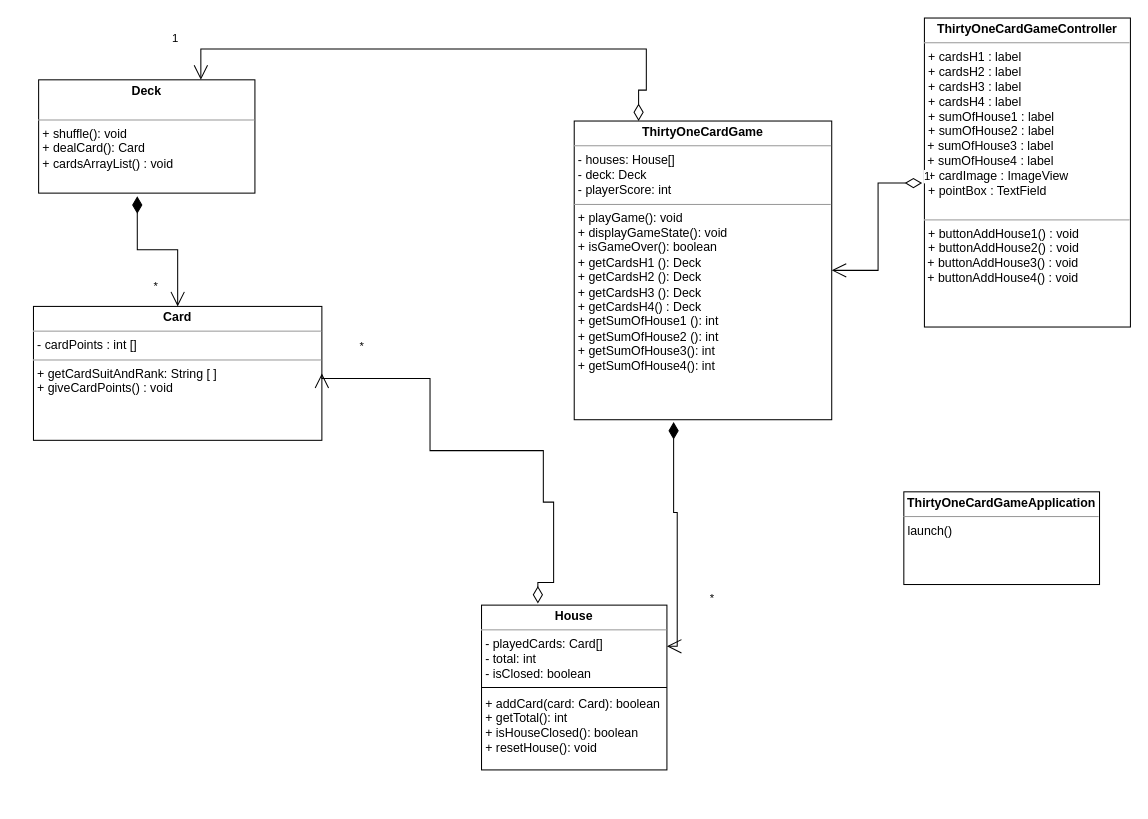
Earlier version of the draw.io diagram oop_odc_v1.drawio (Panosvle/onedaychallenge2). Source tidied: cells renumbered, new cells numbered last; positions are measured from the earlier drawing's top-left corner, leaving out a move shared by most shapes. Both pictures are drawn from the tidied source at 103%, with x=0, y=0 at pixel (33, 18).
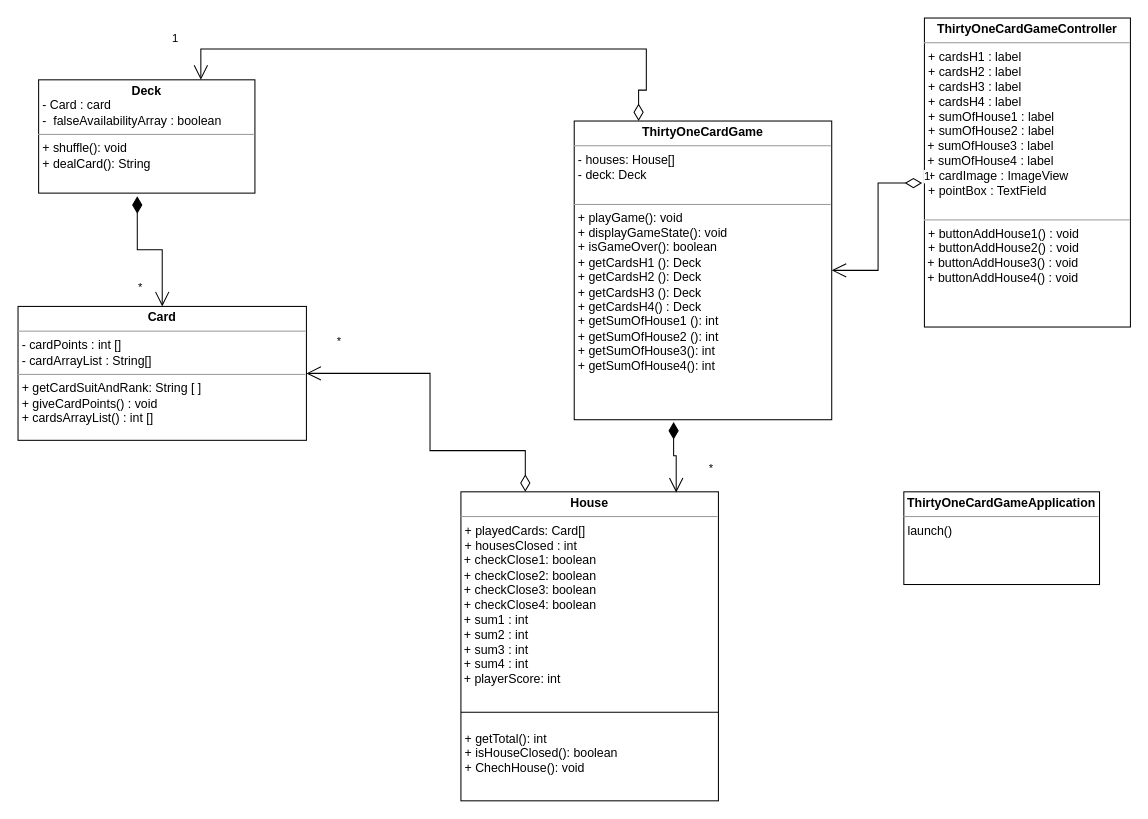
After the change.

Diff of the diagram source:
```diff
@@
 <mxGraphModel>
   <root>
     <mxCell id="0" />
     <mxCell id="1" parent="0" />
-    <mxCell id="2" value="&lt;p style=&quot;margin:0px;margin-top:4px;text-align:center;&quot;&gt;&lt;b&gt;Card&lt;/b&gt;&lt;/p&gt;&lt;hr size=&quot;1&quot;&gt;&lt;p style=&quot;margin:0px;margin-left:4px;&quot;&gt;- cardPoints : int []&lt;/p&gt;&lt;hr size=&quot;1&quot;&gt;&lt;p style=&quot;margin:0px;margin-left:4px;&quot;&gt;+&amp;nbsp;getCardSuitAndRank: String [ ]&lt;br&gt;&lt;/p&gt;&lt;p style=&quot;margin:0px;margin-left:4px;&quot;&gt;+ giveCardPoints() : void&lt;/p&gt;&lt;p style=&quot;margin:0px;margin-left:4px;&quot;&gt;&lt;br&gt;&lt;/p&gt;&lt;p style=&quot;margin:0px;margin-left:4px;&quot;&gt;&lt;br&gt;&lt;/p&gt;" style="verticalAlign=top;align=left;overflow=fill;fontSize=12;fontFamily=Helvetica;html=1;whiteSpace=wrap;" parent="1" vertex="1">
-      <mxGeometry y="280" width="280" height="130" as="geometry" />
+    <mxCell id="2" value="&lt;p style=&quot;margin:0px;margin-top:4px;text-align:center;&quot;&gt;&lt;b&gt;Card&lt;/b&gt;&lt;/p&gt;&lt;hr size=&quot;1&quot;&gt;&lt;p style=&quot;margin:0px;margin-left:4px;&quot;&gt;- cardPoints : int []&lt;/p&gt;&lt;p style=&quot;margin:0px;margin-left:4px;&quot;&gt;- cardArrayList : String[]&lt;/p&gt;&lt;hr size=&quot;1&quot;&gt;&lt;p style=&quot;margin:0px;margin-left:4px;&quot;&gt;+&amp;nbsp;getCardSuitAndRank: String [ ]&lt;br&gt;&lt;/p&gt;&lt;p style=&quot;margin:0px;margin-left:4px;&quot;&gt;+ giveCardPoints() : void&lt;/p&gt;&lt;p style=&quot;margin:0px;margin-left:4px;&quot;&gt;+ cardsArrayList() : int []&lt;/p&gt;&lt;p style=&quot;margin:0px;margin-left:4px;&quot;&gt;&lt;br&gt;&lt;/p&gt;" style="verticalAlign=top;align=left;overflow=fill;fontSize=12;fontFamily=Helvetica;html=1;whiteSpace=wrap;" parent="1" vertex="1">
+      <mxGeometry x="-15" y="280" width="280" height="130" as="geometry" />
     </mxCell>
-    <mxCell id="3" value="&lt;p style=&quot;margin:0px;margin-top:4px;text-align:center;&quot;&gt;&lt;b&gt;Deck&lt;/b&gt;&lt;/p&gt;&lt;p style=&quot;margin:0px;margin-left:4px;&quot;&gt;&lt;br&gt;&lt;/p&gt;&lt;hr size=&quot;1&quot;&gt;&lt;p style=&quot;margin:0px;margin-left:4px;&quot;&gt;+ shuffle(): void&lt;/p&gt;&lt;p style=&quot;margin:0px;margin-left:4px;&quot;&gt;+ dealCard(): Card&lt;/p&gt;&lt;p style=&quot;margin:0px;margin-left:4px;&quot;&gt;+ cardsArrayList() : void&lt;/p&gt;&lt;p style=&quot;margin:0px;margin-left:4px;&quot;&gt;&lt;br&gt;&lt;/p&gt;" style="verticalAlign=top;align=left;overflow=fill;fontSize=12;fontFamily=Helvetica;html=1;whiteSpace=wrap;" parent="1" vertex="1">
+    <mxCell id="3" value="&lt;p style=&quot;margin:0px;margin-top:4px;text-align:center;&quot;&gt;&lt;b&gt;Deck&lt;/b&gt;&lt;/p&gt;&lt;p style=&quot;margin:0px;margin-left:4px;&quot;&gt;- Card : card&lt;/p&gt;&lt;p style=&quot;margin:0px;margin-left:4px;&quot;&gt;-&amp;nbsp; falseAvailabilityArray : boolean&amp;nbsp;&lt;/p&gt;&lt;hr size=&quot;1&quot;&gt;&lt;p style=&quot;margin:0px;margin-left:4px;&quot;&gt;+ shuffle(): void&lt;/p&gt;&lt;p style=&quot;margin:0px;margin-left:4px;&quot;&gt;+ dealCard(): String&lt;/p&gt;&lt;p style=&quot;margin:0px;margin-left:4px;&quot;&gt;&lt;br&gt;&lt;/p&gt;&lt;p style=&quot;margin:0px;margin-left:4px;&quot;&gt;&lt;br&gt;&lt;/p&gt;" style="verticalAlign=top;align=left;overflow=fill;fontSize=12;fontFamily=Helvetica;html=1;whiteSpace=wrap;" parent="1" vertex="1">
       <mxGeometry x="5" y="60" width="210" height="110" as="geometry" />
     </mxCell>
-    <mxCell id="4" value="&lt;p style=&quot;margin:0px;margin-top:4px;text-align:center;&quot;&gt;&lt;b&gt;House&lt;/b&gt;&lt;/p&gt;&lt;hr size=&quot;1&quot;&gt;&lt;p style=&quot;margin:0px;margin-left:4px;&quot;&gt;- playedCards: Card[]&lt;/p&gt;&lt;p style=&quot;margin:0px;margin-left:4px;&quot;&gt;- total: int&lt;/p&gt;&lt;p style=&quot;margin:0px;margin-left:4px;&quot;&gt;- isClosed: boolean&lt;/p&gt;&lt;p style=&quot;margin:0px;margin-left:4px;&quot;&gt;&lt;br&gt;&lt;/p&gt;&lt;p style=&quot;margin:0px;margin-left:4px;&quot;&gt;+ addCard(card: Card): boolean&lt;/p&gt;&lt;p style=&quot;margin:0px;margin-left:4px;&quot;&gt;+ getTotal(): int&lt;/p&gt;&lt;p style=&quot;margin:0px;margin-left:4px;&quot;&gt;+ isHouseClosed(): boolean&lt;/p&gt;&lt;p style=&quot;margin:0px;margin-left:4px;&quot;&gt;+ resetHouse(): void&lt;/p&gt;" style="verticalAlign=top;align=left;overflow=fill;fontSize=12;fontFamily=Helvetica;html=1;whiteSpace=wrap;" parent="1" vertex="1">
-      <mxGeometry x="435" y="570" width="180" height="160" as="geometry" />
+    <mxCell id="4" value="&lt;p style=&quot;margin:0px;margin-top:4px;text-align:center;&quot;&gt;&lt;b&gt;House&lt;/b&gt;&lt;/p&gt;&lt;hr size=&quot;1&quot;&gt;&lt;p style=&quot;margin:0px;margin-left:4px;&quot;&gt;+ playedCards: Card[]&lt;/p&gt;&lt;p style=&quot;margin:0px;margin-left:4px;&quot;&gt;+ housesClosed : int&lt;/p&gt;&amp;nbsp;+ checkClose1: boolean&lt;br&gt;&amp;nbsp;+ checkClose2: boolean&lt;br&gt;&amp;nbsp;+ checkClose3: boolean&lt;br&gt;&amp;nbsp;+ checkClose4: boolean&lt;br&gt;&amp;nbsp;+ sum1 : int&lt;br&gt;&amp;nbsp;+ sum2 : int&lt;br&gt;&amp;nbsp;+ sum3 : int&lt;br&gt;&amp;nbsp;+ sum4 : int&lt;br&gt;&amp;nbsp;+ playerScore: int&lt;br&gt;&lt;br&gt;&lt;br&gt;&lt;p style=&quot;margin:0px;margin-left:4px;&quot;&gt;&lt;br&gt;&lt;/p&gt;&lt;p style=&quot;margin:0px;margin-left:4px;&quot;&gt;+ getTotal(): int&lt;/p&gt;&lt;p style=&quot;margin:0px;margin-left:4px;&quot;&gt;+ isHouseClosed(): boolean&lt;/p&gt;&lt;p style=&quot;margin:0px;margin-left:4px;&quot;&gt;+ ChechHouse(): void&lt;/p&gt;" style="verticalAlign=top;align=left;overflow=fill;fontSize=12;fontFamily=Helvetica;html=1;whiteSpace=wrap;" parent="1" vertex="1">
+      <mxGeometry x="415" y="460" width="250" height="300" as="geometry" />
     </mxCell>
     <mxCell id="5" style="line;strokeWidth=1;fillColor=none;align=left;verticalAlign=middle;spacingTop=-1;spacingLeft=3;spacingRight=3;labelPosition=right;strokeColor=inherit;" parent="1" vertex="1">
-      <mxGeometry x="435" y="646" width="180" height="8" as="geometry" />
+      <mxGeometry x="415" y="670" width="250" height="8" as="geometry" />
     </mxCell>
-    <mxCell id="6" value="&lt;p style=&quot;margin:0px;margin-top:4px;text-align:center;&quot;&gt;&lt;b&gt;ThirtyOneCardGame&lt;/b&gt;&lt;/p&gt;&lt;hr size=&quot;1&quot;&gt;&lt;p style=&quot;margin:0px;margin-left:4px;&quot;&gt;- houses: House[]&lt;/p&gt;&lt;p style=&quot;margin:0px;margin-left:4px;&quot;&gt;- deck: Deck&lt;/p&gt;&lt;p style=&quot;margin:0px;margin-left:4px;&quot;&gt;- playerScore: int&lt;/p&gt;&lt;hr size=&quot;1&quot;&gt;&lt;p style=&quot;margin:0px;margin-left:4px;&quot;&gt;+ playGame(): void&lt;/p&gt;&lt;p style=&quot;margin:0px;margin-left:4px;&quot;&gt;+ displayGameState(): void&lt;/p&gt;&lt;p style=&quot;margin:0px;margin-left:4px;&quot;&gt;+ isGameOver(): boolean&lt;/p&gt;&lt;p style=&quot;margin:0px;margin-left:4px;&quot;&gt;+ getCardsH1 (): Deck&lt;/p&gt;&lt;p style=&quot;margin:0px;margin-left:4px;&quot;&gt;+ getCardsH2 (): Deck&lt;/p&gt;&lt;p style=&quot;margin:0px;margin-left:4px;&quot;&gt;+ getCardsH3 (): Deck&lt;/p&gt;&lt;p style=&quot;margin:0px;margin-left:4px;&quot;&gt;+ getCardsH4() : Deck&lt;/p&gt;&lt;p style=&quot;margin:0px;margin-left:4px;&quot;&gt;+ getSumOfHouse1 (): int&lt;/p&gt;&lt;p style=&quot;margin:0px;margin-left:4px;&quot;&gt;+ getSumOfHouse2 (): int&lt;/p&gt;&lt;p style=&quot;margin:0px;margin-left:4px;&quot;&gt;+ getSumOfHouse3(): int&lt;/p&gt;&lt;p style=&quot;margin:0px;margin-left:4px;&quot;&gt;+ getSumOfHouse4(): int&lt;/p&gt;&lt;p style=&quot;border-color: var(--border-color); margin: 0px 0px 0px 4px;&quot;&gt;&lt;br&gt;&lt;/p&gt;&lt;p style=&quot;margin:0px;margin-left:4px;&quot;&gt;&lt;br&gt;&lt;/p&gt;" style="verticalAlign=top;align=left;overflow=fill;fontSize=12;fontFamily=Helvetica;html=1;whiteSpace=wrap;" parent="1" vertex="1">
+    <mxCell id="6" value="&lt;p style=&quot;margin:0px;margin-top:4px;text-align:center;&quot;&gt;&lt;b&gt;ThirtyOneCardGame&lt;/b&gt;&lt;/p&gt;&lt;hr size=&quot;1&quot;&gt;&lt;p style=&quot;margin:0px;margin-left:4px;&quot;&gt;- houses: House[]&lt;/p&gt;&lt;p style=&quot;margin:0px;margin-left:4px;&quot;&gt;- deck: Deck&lt;/p&gt;&lt;p style=&quot;margin:0px;margin-left:4px;&quot;&gt;&lt;br&gt;&lt;/p&gt;&lt;hr size=&quot;1&quot;&gt;&lt;p style=&quot;margin:0px;margin-left:4px;&quot;&gt;+ playGame(): void&lt;/p&gt;&lt;p style=&quot;margin:0px;margin-left:4px;&quot;&gt;+ displayGameState(): void&lt;/p&gt;&lt;p style=&quot;margin:0px;margin-left:4px;&quot;&gt;+ isGameOver(): boolean&lt;/p&gt;&lt;p style=&quot;margin:0px;margin-left:4px;&quot;&gt;+ getCardsH1 (): Deck&lt;/p&gt;&lt;p style=&quot;margin:0px;margin-left:4px;&quot;&gt;+ getCardsH2 (): Deck&lt;/p&gt;&lt;p style=&quot;margin:0px;margin-left:4px;&quot;&gt;+ getCardsH3 (): Deck&lt;/p&gt;&lt;p style=&quot;margin:0px;margin-left:4px;&quot;&gt;+ getCardsH4() : Deck&lt;/p&gt;&lt;p style=&quot;margin:0px;margin-left:4px;&quot;&gt;+ getSumOfHouse1 (): int&lt;/p&gt;&lt;p style=&quot;margin:0px;margin-left:4px;&quot;&gt;+ getSumOfHouse2 (): int&lt;/p&gt;&lt;p style=&quot;margin:0px;margin-left:4px;&quot;&gt;+ getSumOfHouse3(): int&lt;/p&gt;&lt;p style=&quot;margin:0px;margin-left:4px;&quot;&gt;+ getSumOfHouse4(): int&lt;/p&gt;&lt;p style=&quot;border-color: var(--border-color); margin: 0px 0px 0px 4px;&quot;&gt;&lt;br&gt;&lt;/p&gt;&lt;p style=&quot;margin:0px;margin-left:4px;&quot;&gt;&lt;br&gt;&lt;/p&gt;" style="verticalAlign=top;align=left;overflow=fill;fontSize=12;fontFamily=Helvetica;html=1;whiteSpace=wrap;" parent="1" vertex="1">
       <mxGeometry x="525" y="100" width="250" height="290" as="geometry" />
     </mxCell>
     <mxCell id="7" value="&lt;p style=&quot;margin:0px;margin-top:4px;text-align:center;&quot;&gt;&lt;b style=&quot;border-color: var(--border-color);&quot;&gt;ThirtyOneCardGameController&lt;/b&gt;&lt;br&gt;&lt;/p&gt;&lt;hr size=&quot;1&quot;&gt;&lt;p style=&quot;margin:0px;margin-left:4px;&quot;&gt;+ cardsH1 : label&lt;/p&gt;&lt;p style=&quot;margin:0px;margin-left:4px;&quot;&gt;+ cardsH2 : label&lt;/p&gt;&lt;p style=&quot;margin:0px;margin-left:4px;&quot;&gt;+ cardsH3 : label&lt;br&gt;&lt;/p&gt;&lt;p style=&quot;margin:0px;margin-left:4px;&quot;&gt;+ cardsH4 : label&lt;br&gt;&lt;/p&gt;&lt;p style=&quot;margin:0px;margin-left:4px;&quot;&gt;+ sumOfHouse1 : label&lt;br&gt;&lt;/p&gt;&lt;p style=&quot;margin:0px;margin-left:4px;&quot;&gt;+ sumOfHouse2 : label&amp;nbsp;&amp;nbsp;&lt;/p&gt;&amp;nbsp;+ sumOfHouse3&amp;nbsp;: label&lt;br&gt;&amp;nbsp;+ sumOfHouse4 : label&lt;br&gt;&lt;p style=&quot;margin:0px;margin-left:4px;&quot;&gt;+ cardImage : ImageView&lt;br&gt;&lt;/p&gt;&lt;p style=&quot;margin:0px;margin-left:4px;&quot;&gt;+ pointBox : TextField&lt;/p&gt;&lt;p style=&quot;margin:0px;margin-left:4px;&quot;&gt;&lt;br&gt;&lt;/p&gt;&lt;hr size=&quot;1&quot;&gt;&lt;p style=&quot;margin:0px;margin-left:4px;&quot;&gt;+&amp;nbsp;buttonAddHouse1&lt;span style=&quot;background-color: initial;&quot;&gt;() : void&lt;/span&gt;&lt;/p&gt;&lt;p style=&quot;margin:0px;margin-left:4px;&quot;&gt;&lt;span style=&quot;background-color: initial;&quot;&gt;+&amp;nbsp;&lt;/span&gt;buttonAddHouse2() : void&lt;/p&gt;&amp;nbsp;+ buttonAddHouse3() : void&lt;br&gt;&amp;nbsp;+ buttonAddHouse4() : void" style="verticalAlign=top;align=left;overflow=fill;fontSize=12;fontFamily=Helvetica;html=1;whiteSpace=wrap;" parent="1" vertex="1">
       <mxGeometry x="865" width="200" height="300" as="geometry" />
     </mxCell>
-    <mxCell id="8" value="*" style="endArrow=open;html=1;endSize=12;startArrow=diamondThin;startSize=14;startFill=0;edgeStyle=orthogonalEdgeStyle;align=left;verticalAlign=bottom;rounded=0;exitX=0.304;exitY=-0.01;exitDx=0;exitDy=0;entryX=1;entryY=0.5;entryDx=0;entryDy=0;exitPerimeter=0;" parent="1" edge="1" source="4" target="2">
+    <mxCell id="8" value="*" style="endArrow=open;html=1;endSize=12;startArrow=diamondThin;startSize=14;startFill=0;edgeStyle=orthogonalEdgeStyle;align=left;verticalAlign=bottom;rounded=0;entryX=1;entryY=0.5;entryDx=0;entryDy=0;exitX=0.25;exitY=0;exitDx=0;exitDy=0;" parent="1" edge="1" source="4" target="2">
       <mxGeometry x="0.83" y="-22" relative="1" as="geometry">
         <Array as="points">
-          <mxPoint x="505" y="548" />
-          <mxPoint x="505" y="470" />
-          <mxPoint x="495" y="470" />
-          <mxPoint x="495" y="420" />
+          <mxPoint x="478" y="420" />
           <mxPoint x="385" y="420" />
-          <mxPoint x="385" y="350" />
-          <mxPoint x="280" y="350" />
+          <mxPoint x="385" y="345" />
         </Array>
       </mxGeometry>
     </mxCell>
     <mxCell id="9" value="1" style="endArrow=open;html=1;endSize=12;startArrow=diamondThin;startSize=14;startFill=0;edgeStyle=orthogonalEdgeStyle;align=left;verticalAlign=bottom;rounded=0;exitX=0.25;exitY=0;exitDx=0;exitDy=0;entryX=0.75;entryY=0;entryDx=0;entryDy=0;" parent="1" edge="1" source="6" target="3">
       <mxGeometry x="0.89" y="-30" relative="1" as="geometry">
         <Array as="points">
           <mxPoint x="588" y="70" />
           <mxPoint x="595" y="70" />
           <mxPoint x="595" y="30" />
           <mxPoint x="163" y="30" />
         </Array>
         <mxPoint y="-1" as="offset" />
       </mxGeometry>
     </mxCell>
     <mxCell id="10" value="*" style="endArrow=open;html=1;endSize=12;startArrow=diamondThin;startSize=14;startFill=1;edgeStyle=orthogonalEdgeStyle;align=left;verticalAlign=bottom;rounded=0;exitX=0.456;exitY=1.028;exitDx=0;exitDy=0;exitPerimeter=0;" parent="1" edge="1" source="3" target="2">
       <mxGeometry x="0.86" y="-25" relative="1" as="geometry" />
     </mxCell>
     <mxCell id="11" value="1" style="endArrow=open;html=1;endSize=12;startArrow=diamondThin;startSize=14;startFill=0;edgeStyle=orthogonalEdgeStyle;align=left;verticalAlign=bottom;rounded=0;exitX=-0.011;exitY=0.534;exitDx=0;exitDy=0;exitPerimeter=0;entryX=1;entryY=0.5;entryDx=0;entryDy=0;" parent="1" edge="1" source="7" target="6">
       <mxGeometry x="-1" y="3" relative="1" as="geometry" />
     </mxCell>
     <mxCell id="12" value="&lt;p style=&quot;margin:0px;margin-top:4px;text-align:center;&quot;&gt;&lt;b style=&quot;border-color: var(--border-color);&quot;&gt;ThirtyOneCardGameApplication&lt;/b&gt;&lt;br&gt;&lt;/p&gt;&lt;hr size=&quot;1&quot;&gt;&lt;p style=&quot;margin:0px;margin-left:4px;&quot;&gt;launch()&lt;/p&gt;" style="verticalAlign=top;align=left;overflow=fill;fontSize=12;fontFamily=Helvetica;html=1;whiteSpace=wrap;" parent="1" vertex="1">
       <mxGeometry x="845" y="460" width="190" height="90" as="geometry" />
     </mxCell>
-    <mxCell id="13" value="*" style="endArrow=open;html=1;endSize=12;startArrow=diamondThin;startSize=14;startFill=1;edgeStyle=orthogonalEdgeStyle;align=left;verticalAlign=bottom;rounded=0;exitX=0.386;exitY=1.008;exitDx=0;exitDy=0;exitPerimeter=0;entryX=1;entryY=0.25;entryDx=0;entryDy=0;" parent="1" edge="1" source="6" target="4">
+    <mxCell id="13" value="*" style="endArrow=open;html=1;endSize=12;startArrow=diamondThin;startSize=14;startFill=1;edgeStyle=orthogonalEdgeStyle;align=left;verticalAlign=bottom;rounded=0;exitX=0.386;exitY=1.008;exitDx=0;exitDy=0;exitPerimeter=0;entryX=0.836;entryY=0.002;entryDx=0;entryDy=0;entryPerimeter=0;" parent="1" edge="1" source="6" target="4">
       <mxGeometry x="0.58" y="30" relative="1" as="geometry" />
     </mxCell>
   </root>
 </mxGraphModel>
```
